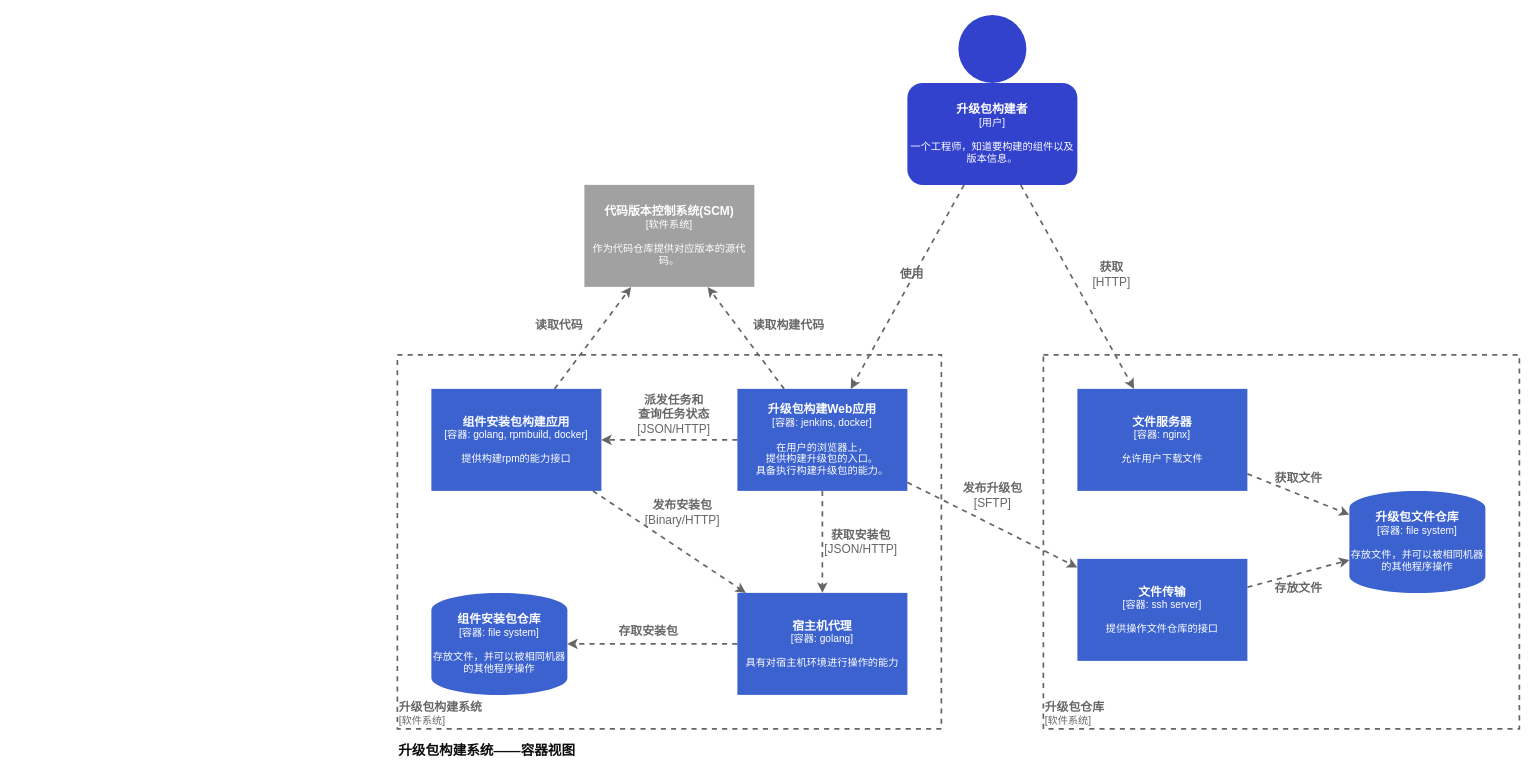
Before: page "架构图_C4_组件图" (3 of 3) of Programmar/project/upgrade_package_factory/构建demo设计图.drawio in xiahaohai123/Blog, a draw.io diagram. Source tidied: cells renumbered, new cells numbered last; positions are measured from the earlier drawing's top-left corner, leaving out a move shared by most shapes. Both pictures are drawn from the tidied source at 85%, with x=0, y=0 at pixel (388, 14).
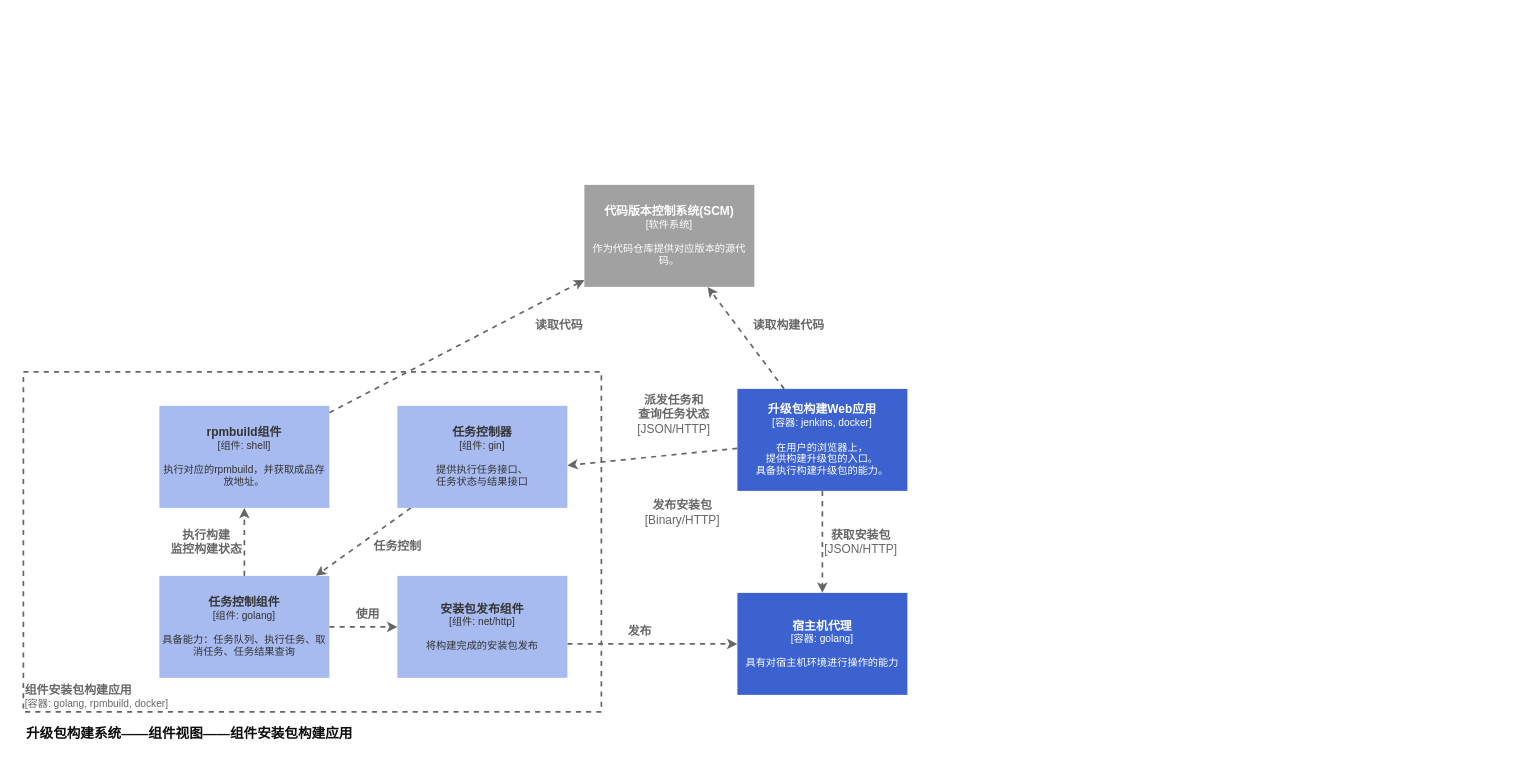
After the change.

Commit message:
demo设计文档中完成rpm构建容器的组件图

Unchanged cells that the change refers to:
```xml
<mxCell id="25" value="&lt;span style=&quot;font-size: 14px;&quot;&gt;&lt;b&gt;升级包构建Web应用&lt;br&gt;&lt;/b&gt;&lt;/span&gt;[容器: jenkins, docker]&lt;br&gt;&lt;br&gt;在用户的浏览器上，&lt;br&gt;提供构建升级包的入口。&lt;br&gt;具备执行构建升级包的能力。" style="rounded=0;whiteSpace=wrap;html=1;fontSize=12;fontColor=#FFFFFF;strokeColor=none;fillColor=#3B62CE;" parent="1" vertex="1">
  <mxGeometry x="410" y="440" width="200" height="120" as="geometry" />
</mxCell>
<mxCell id="29" value="&lt;span style=&quot;font-size: 14px;&quot;&gt;&lt;b&gt;宿主机代理&lt;br&gt;&lt;/b&gt;&lt;/span&gt;[容器: golang]&lt;br&gt;&lt;br&gt;具有对宿主机环境进行操作的能力" style="rounded=0;whiteSpace=wrap;html=1;fontSize=12;fontColor=#FFFFFF;strokeColor=none;fillColor=#3B62CE;" parent="1" vertex="1">
  <mxGeometry x="410" y="680" width="200" height="120" as="geometry" />
</mxCell>
<mxCell id="34" value="&lt;span style=&quot;font-size: 14px;&quot;&gt;&lt;b&gt;代码版本控制系统(SCM)&lt;br&gt;&lt;/b&gt;&lt;/span&gt;[软件系统]&lt;br&gt;&lt;br&gt;作为代码仓库提供对应版本的源代码。" style="rounded=0;whiteSpace=wrap;html=1;fontSize=12;fontColor=#FFFFFF;strokeColor=none;fillColor=#A1A1A1;" parent="1" vertex="1">
  <mxGeometry x="230" y="200" width="200" height="120" as="geometry" />
</mxCell>
```

The edit, as a diff of the source:
```diff
@@
-    <mxCell id="2" style="rounded=1;jettySize=auto;html=1;fontSize=14;dashed=1;strokeColor=#666666;strokeWidth=2;" parent="1" edge="1" source="10" target="25">
-      <mxGeometry relative="1" as="geometry" />
-    </mxCell>
-    <mxCell id="3" style="edgeStyle=none;rounded=1;jettySize=auto;html=1;dashed=1;fontSize=14;strokeColor=#666666;strokeWidth=2;" parent="1" edge="1" source="10" target="12">
-      <mxGeometry relative="1" as="geometry" />
-    </mxCell>
-    <mxCell id="4" value="&lt;font color=&quot;#666666&quot;&gt;&lt;b style=&quot;font-size: 14px;&quot;&gt;升级包构建系统&lt;br&gt;&lt;/b&gt;[软件系统]&lt;/font&gt;" style="rounded=0;whiteSpace=wrap;html=1;fontSize=12;fillColor=none;strokeColor=#666666;labelBackgroundColor=none;fontColor=#FFFFFF;verticalAlign=bottom;align=left;strokeWidth=2;dashed=1;" parent="1" vertex="1">
-      <mxGeometry x="10" y="400" width="640" height="440" as="geometry" />
-    </mxCell>
-    <mxCell id="5" value="&lt;font color=&quot;#666666&quot;&gt;&lt;span style=&quot;font-size: 14px;&quot;&gt;&lt;b&gt;升级包仓库&lt;br&gt;&lt;/b&gt;&lt;/span&gt;[软件系统]&lt;/font&gt;" style="rounded=0;whiteSpace=wrap;html=1;fontSize=12;fontColor=#FFFFFF;strokeColor=#666666;fillColor=none;dashed=1;strokeWidth=2;align=left;verticalAlign=bottom;" parent="1" vertex="1">
-      <mxGeometry x="770" y="400" width="560" height="440" as="geometry" />
-    </mxCell>
-    <mxCell id="6" value="使用" style="text;html=1;align=center;verticalAlign=middle;strokeColor=none;fillColor=none;fontSize=14;fontColor=#666666;fontStyle=1;" parent="1" vertex="1">
-      <mxGeometry x="590" y="290" width="50" height="30" as="geometry" />
-    </mxCell>
-    <mxCell id="7" value="获取&lt;br&gt;&lt;span style=&quot;font-weight: normal;&quot;&gt;[HTTP]&lt;/span&gt;" style="text;html=1;align=center;verticalAlign=middle;strokeColor=none;fillColor=none;fontSize=14;fontStyle=1;fontColor=#666666;" parent="1" vertex="1">
-      <mxGeometry x="815" y="280" width="70" height="50" as="geometry" />
-    </mxCell>
-    <mxCell id="8" style="group;" parent="1" vertex="1">
-      <mxGeometry x="610" width="200" height="200" as="geometry" />
-    </mxCell>
-    <mxCell id="9" style="ellipse;whiteSpace=wrap;html=1;fillColor=#3342CC;strokeColor=none;" parent="8" vertex="1">
-      <mxGeometry x="60" width="80" height="80" as="geometry" />
-    </mxCell>
-    <mxCell id="10" value="&lt;font style=&quot;&quot;&gt;&lt;b style=&quot;font-size: 14px;&quot;&gt;升级包构建者&lt;/b&gt;&lt;br&gt;&lt;font style=&quot;font-size: 12px;&quot;&gt;[用户]&lt;br&gt;&lt;br&gt;&lt;/font&gt;一个工程师，知道要构建的组件以及版本信息。&lt;br&gt;&lt;/font&gt;" style="rounded=1;whiteSpace=wrap;html=1;fontColor=#FFFFFF;fillColor=#3342CC;strokeColor=none;" parent="8" vertex="1">
-      <mxGeometry y="80" width="200" height="120" as="geometry" />
-    </mxCell>
-    <mxCell id="11" style="edgeStyle=none;rounded=1;jettySize=auto;html=1;fontSize=14;fontColor=#FFFFFF;strokeColor=#666666;strokeWidth=2;dashed=1;" parent="1" edge="1" source="12" target="13">
-      <mxGeometry relative="1" as="geometry" />
-    </mxCell>
-    <mxCell id="12" value="&lt;span style=&quot;font-size: 14px;&quot;&gt;&lt;b&gt;文件服务器&lt;br&gt;&lt;/b&gt;&lt;/span&gt;[容器: nginx]&lt;br&gt;&lt;br&gt;允许用户下载文件" style="rounded=0;whiteSpace=wrap;html=1;fontSize=12;fontColor=#FFFFFF;strokeColor=none;fillColor=#3B62CE;" parent="1" vertex="1">
-      <mxGeometry x="810" y="440" width="200" height="120" as="geometry" />
-    </mxCell>
-    <mxCell id="13" value="&lt;font color=&quot;#ffffff&quot;&gt;&lt;b&gt;&lt;font style=&quot;font-size: 14px;&quot;&gt;升级包文件仓库&lt;/font&gt;&lt;br&gt;&lt;/b&gt;[容器: file system]&lt;br&gt;&lt;br&gt;存放文件，并可以被相同机器的其他程序操作&lt;br&gt;&lt;/font&gt;" style="strokeWidth=2;html=1;shape=mxgraph.flowchart.database;whiteSpace=wrap;strokeColor=none;fontColor=#666666;fillColor=#3B62CE;" parent="1" vertex="1">
-      <mxGeometry x="1130" y="560" width="160" height="120" as="geometry" />
-    </mxCell>
-    <mxCell id="14" style="edgeStyle=none;rounded=1;jettySize=auto;html=1;dashed=1;strokeColor=#666666;strokeWidth=2;fontSize=14;fontColor=#FFFFFF;" parent="1" edge="1" source="15" target="13">
-      <mxGeometry relative="1" as="geometry" />
-    </mxCell>
-    <mxCell id="15" value="&lt;span style=&quot;font-size: 14px;&quot;&gt;&lt;b&gt;文件传输&lt;br&gt;&lt;/b&gt;&lt;/span&gt;[容器: ssh server]&lt;br&gt;&lt;br&gt;提供操作文件仓库的接口" style="rounded=0;whiteSpace=wrap;html=1;fontSize=12;fontColor=#FFFFFF;strokeColor=none;fillColor=#3B62CE;" parent="1" vertex="1">
-      <mxGeometry x="810" y="640" width="200" height="120" as="geometry" />
-    </mxCell>
-    <mxCell id="16" value="&lt;font color=&quot;#666666&quot;&gt;&lt;b&gt;获取文件&lt;/b&gt;&lt;/font&gt;" style="text;html=1;align=center;verticalAlign=middle;strokeColor=none;fillColor=none;fontSize=14;fontColor=#FFFFFF;" parent="1" vertex="1">
-      <mxGeometry x="1030" y="530" width="80" height="30" as="geometry" />
-    </mxCell>
-    <mxCell id="17" value="&lt;font color=&quot;#666666&quot;&gt;&lt;b&gt;存放文件&lt;/b&gt;&lt;/font&gt;" style="text;html=1;align=center;verticalAlign=middle;strokeColor=none;fillColor=none;fontSize=14;fontColor=#FFFFFF;" parent="1" vertex="1">
-      <mxGeometry x="1030" y="660" width="80" height="30" as="geometry" />
-    </mxCell>
-    <mxCell id="18" style="edgeStyle=none;rounded=1;jettySize=auto;html=1;dashed=1;strokeColor=#666666;strokeWidth=2;fontSize=14;fontColor=#666666;" parent="1" edge="1" source="20" target="29">
-      <mxGeometry relative="1" as="geometry" />
+    <mxCell id="18" style="edgeStyle=none;rounded=1;jettySize=auto;html=1;dashed=1;strokeColor=#666666;strokeWidth=2;fontSize=14;fontColor=#666666;" parent="1" edge="1" target="29">
+      <mxGeometry relative="1" as="geometry">
+        <mxPoint x="210" y="740" as="sourcePoint" />
+      </mxGeometry>
     </mxCell>
-    <mxCell id="19" style="edgeStyle=none;rounded=1;jettySize=auto;html=1;dashed=1;strokeColor=#666666;strokeWidth=2;fontSize=14;fontColor=#666666;" parent="1" edge="1" source="20" target="34">
+    <mxCell id="19" style="edgeStyle=none;rounded=1;jettySize=auto;html=1;dashed=1;strokeColor=#666666;strokeWidth=2;fontSize=14;fontColor=#666666;" parent="1" edge="1" source="43" target="34">
       <mxGeometry relative="1" as="geometry" />
     </mxCell>
-    <mxCell id="20" value="&lt;span style=&quot;font-size: 14px;&quot;&gt;&lt;b&gt;组件安装包构建应用&lt;br&gt;&lt;/b&gt;&lt;/span&gt;[容器: golang, rpmbuild, docker]&lt;br&gt;&lt;br&gt;提供构建rpm的能力接口" style="rounded=0;whiteSpace=wrap;html=1;fontSize=12;fontColor=#FFFFFF;strokeColor=none;fillColor=#3B62CE;" parent="1" vertex="1">
-      <mxGeometry x="50" y="440" width="200" height="120" as="geometry" />
+    <mxCell id="20" value="&lt;span style=&quot;font-size: 14px;&quot;&gt;&lt;b&gt;组件安装包构建应用&lt;br&gt;&lt;/b&gt;&lt;/span&gt;[容器: golang, rpmbuild, docker]" style="rounded=0;whiteSpace=wrap;html=1;fontSize=12;fontColor=#666666;strokeColor=#666666;fillColor=none;align=left;verticalAlign=bottom;dashed=1;strokeWidth=2;" parent="1" vertex="1">
+      <mxGeometry x="-430" y="420" width="680" height="400" as="geometry" />
     </mxCell>
-    <mxCell id="21" style="edgeStyle=none;rounded=1;jettySize=auto;html=1;dashed=1;strokeColor=#666666;strokeWidth=2;fontSize=14;fontColor=#666666;" parent="1" edge="1" source="25" target="20">
-      <mxGeometry relative="1" as="geometry" />
+    <mxCell id="21" style="edgeStyle=none;rounded=1;jettySize=auto;html=1;dashed=1;strokeColor=#666666;strokeWidth=2;fontSize=14;fontColor=#666666;" parent="1" edge="1" source="25">
+      <mxGeometry relative="1" as="geometry">
+        <mxPoint x="210" y="530" as="targetPoint" />
+      </mxGeometry>
     </mxCell>
@@
-    <mxCell id="23" style="edgeStyle=none;rounded=1;jettySize=auto;html=1;dashed=1;strokeColor=#666666;strokeWidth=2;fontSize=14;fontColor=#666666;" parent="1" edge="1" source="25" target="15">
-      <mxGeometry relative="1" as="geometry" />
-    </mxCell>
@@
-    <mxCell id="27" value="&lt;font color=&quot;#ffffff&quot;&gt;&lt;b&gt;&lt;font style=&quot;font-size: 14px;&quot;&gt;组件安装包仓库&lt;/font&gt;&lt;br&gt;&lt;/b&gt;[容器: file system]&lt;br&gt;&lt;br&gt;存放文件，并可以被相同机器的其他程序操作&lt;br&gt;&lt;/font&gt;" style="strokeWidth=2;html=1;shape=mxgraph.flowchart.database;whiteSpace=wrap;strokeColor=none;fontColor=#666666;fillColor=#3B62CE;" parent="1" vertex="1">
-      <mxGeometry x="50" y="680" width="160" height="120" as="geometry" />
-    </mxCell>
-    <mxCell id="28" style="edgeStyle=none;rounded=1;jettySize=auto;html=1;dashed=1;strokeColor=#666666;strokeWidth=2;fontSize=14;fontColor=#666666;" parent="1" edge="1" source="29" target="27">
-      <mxGeometry relative="1" as="geometry" />
-    </mxCell>
@@
-    <mxCell id="31" value="&lt;b&gt;存取安装包&lt;/b&gt;" style="text;html=1;align=center;verticalAlign=middle;strokeColor=none;fillColor=none;fontSize=14;fontColor=#666666;" parent="1" vertex="1">
-      <mxGeometry x="260" y="710" width="90" height="30" as="geometry" />
-    </mxCell>
@@
-    <mxCell id="33" value="&lt;b&gt;发布升级包&lt;/b&gt;&lt;br&gt;[SFTP]" style="text;html=1;align=center;verticalAlign=middle;strokeColor=none;fillColor=none;fontSize=14;fontColor=#666666;" parent="1" vertex="1">
-      <mxGeometry x="665" y="540" width="90" height="50" as="geometry" />
-    </mxCell>
@@
-    <mxCell id="37" value="&lt;b&gt;升级包构建系统——容器视图&lt;/b&gt;" style="text;html=1;align=center;verticalAlign=middle;strokeColor=none;fillColor=none;fontSize=16;fontColor=#0D0D0D;spacing=2;" parent="1" vertex="1">
-      <mxGeometry y="850" width="230" height="30" as="geometry" />
+    <mxCell id="37" value="&lt;b&gt;升级包构建系统——组件视图——组件安装包构建应用&lt;/b&gt;" style="text;html=1;align=center;verticalAlign=middle;strokeColor=none;fillColor=none;fontSize=16;fontColor=#0D0D0D;spacing=2;" parent="1" vertex="1">
+      <mxGeometry x="-440" y="830" width="410" height="30" as="geometry" />
     </mxCell>
+    <mxCell id="38" style="edgeStyle=none;rounded=1;jettySize=auto;html=1;dashed=1;strokeColor=#666666;strokeWidth=2;fontSize=16;fontColor=#333333;" parent="1" edge="1" source="39" target="42">
+      <mxGeometry relative="1" as="geometry" />
+    </mxCell>
+    <mxCell id="39" value="&lt;span style=&quot;font-size: 14px;&quot;&gt;&lt;b&gt;任务控制器&lt;br&gt;&lt;/b&gt;&lt;/span&gt;[组件: gin]&lt;br&gt;&lt;br&gt;提供执行任务接口、&lt;br&gt;任务状态与结果接口" style="rounded=0;whiteSpace=wrap;html=1;fontSize=12;fontColor=#333333;strokeColor=none;fillColor=#A8BBF0;" parent="1" vertex="1">
+      <mxGeometry x="10" y="460" width="200" height="120" as="geometry" />
+    </mxCell>
+    <mxCell id="40" style="edgeStyle=none;rounded=1;jettySize=auto;html=1;dashed=1;strokeColor=#666666;strokeWidth=2;fontSize=16;fontColor=#333333;" parent="1" edge="1" source="42" target="43">
+      <mxGeometry relative="1" as="geometry" />
+    </mxCell>
+    <mxCell id="41" style="edgeStyle=none;rounded=1;jettySize=auto;html=1;dashed=1;strokeColor=#666666;strokeWidth=2;fontSize=16;fontColor=#333333;" parent="1" edge="1" source="42" target="44">
+      <mxGeometry relative="1" as="geometry" />
+    </mxCell>
+    <mxCell id="42" value="&lt;span style=&quot;font-size: 14px;&quot;&gt;&lt;b&gt;任务控制组件&lt;br&gt;&lt;/b&gt;&lt;/span&gt;[组件: golang]&lt;br&gt;&lt;br&gt;具备能力：任务队列、执行任务、取消任务、任务结果查询" style="rounded=0;whiteSpace=wrap;html=1;fontSize=12;fontColor=#333333;strokeColor=none;fillColor=#A8BBF0;" parent="1" vertex="1">
+      <mxGeometry x="-270" y="660" width="200" height="120" as="geometry" />
+    </mxCell>
+    <mxCell id="43" value="&lt;span style=&quot;font-size: 14px;&quot;&gt;&lt;b&gt;rpmbuild组件&lt;br&gt;&lt;/b&gt;&lt;/span&gt;[组件: shell]&lt;br&gt;&lt;br&gt;执行对应的rpmbuild，并获取成品存放地址。" style="rounded=0;whiteSpace=wrap;html=1;fontSize=12;fontColor=#333333;strokeColor=none;fillColor=#A8BBF0;" parent="1" vertex="1">
+      <mxGeometry x="-270" y="460" width="200" height="120" as="geometry" />
+    </mxCell>
+    <mxCell id="44" value="&lt;span style=&quot;font-size: 14px;&quot;&gt;&lt;b&gt;安装包发布组件&lt;br&gt;&lt;/b&gt;&lt;/span&gt;[组件: net/http]&lt;br&gt;&lt;br&gt;将构建完成的安装包发布" style="rounded=0;whiteSpace=wrap;html=1;fontSize=12;fontColor=#333333;strokeColor=none;fillColor=#A8BBF0;" parent="1" vertex="1">
+      <mxGeometry x="10" y="660" width="200" height="120" as="geometry" />
+    </mxCell>
+    <mxCell id="45" value="任务控制" style="text;html=1;align=center;verticalAlign=middle;strokeColor=none;fillColor=none;fontSize=14;fontColor=#666666;fontStyle=1;" parent="1" vertex="1">
+      <mxGeometry x="-30" y="610" width="80" height="30" as="geometry" />
+    </mxCell>
+    <mxCell id="46" value="执行构建&lt;br&gt;监控构建状态" style="text;html=1;align=center;verticalAlign=middle;strokeColor=none;fillColor=none;fontSize=14;fontColor=#666666;fontStyle=1;" parent="1" vertex="1">
+      <mxGeometry x="-270" y="595" width="110" height="50" as="geometry" />
+    </mxCell>
+    <mxCell id="6" value="使用" style="text;html=1;align=center;verticalAlign=middle;strokeColor=none;fillColor=none;fontSize=14;fontColor=#666666;fontStyle=1;" parent="1" vertex="1">
+      <mxGeometry x="-50" y="690" width="50" height="30" as="geometry" />
+    </mxCell>
+    <mxCell id="47" value="发布" style="text;html=1;align=center;verticalAlign=middle;strokeColor=none;fillColor=none;fontSize=14;fontColor=#666666;fontStyle=1;" parent="1" vertex="1">
+      <mxGeometry x="270" y="710" width="50" height="30" as="geometry" />
+    </mxCell>
```
